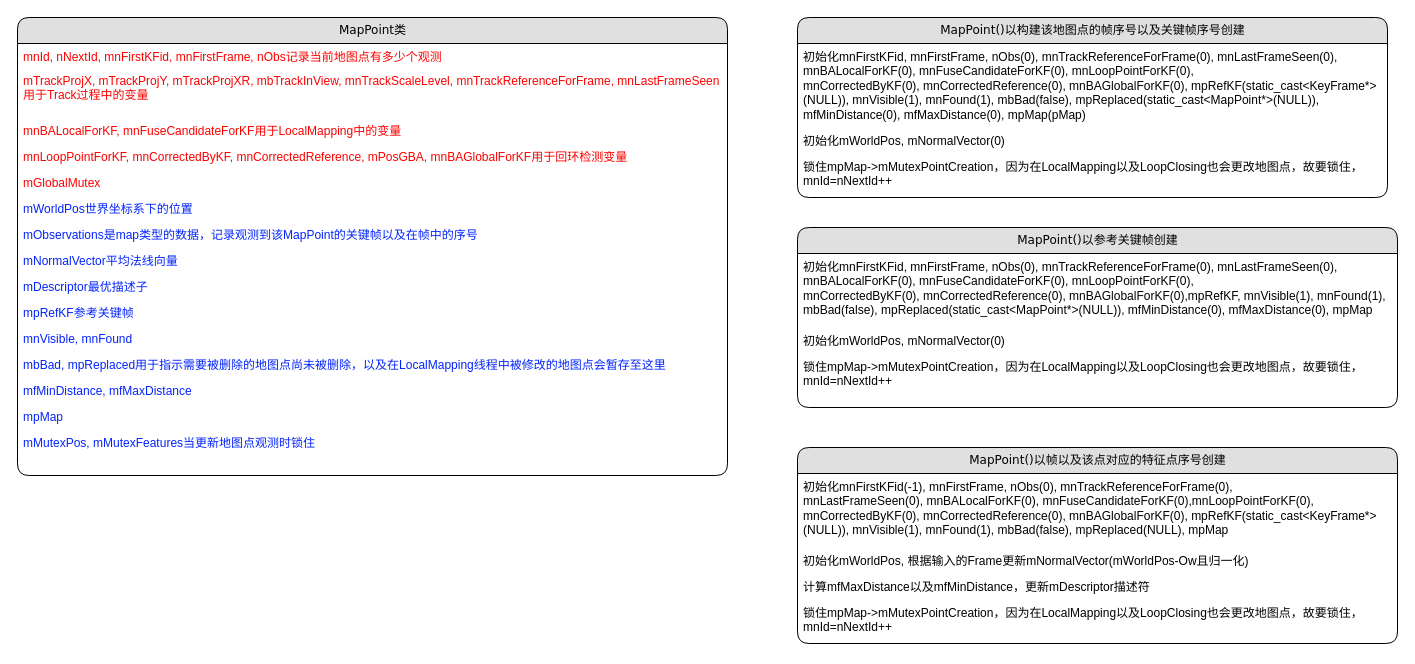
Earlier version of the draw.io diagram page "MapPoint" (13 of 13) of Untitled Diagram.drawio (gtx818/visual-SLAM). Source tidied: cells renumbered, new cells numbered last; positions are measured from the earlier drawing's top-left corner, leaving out a move shared by most shapes. Both pictures are drawn from the tidied source at 100%, with x=0, y=0 at pixel (17, 17).
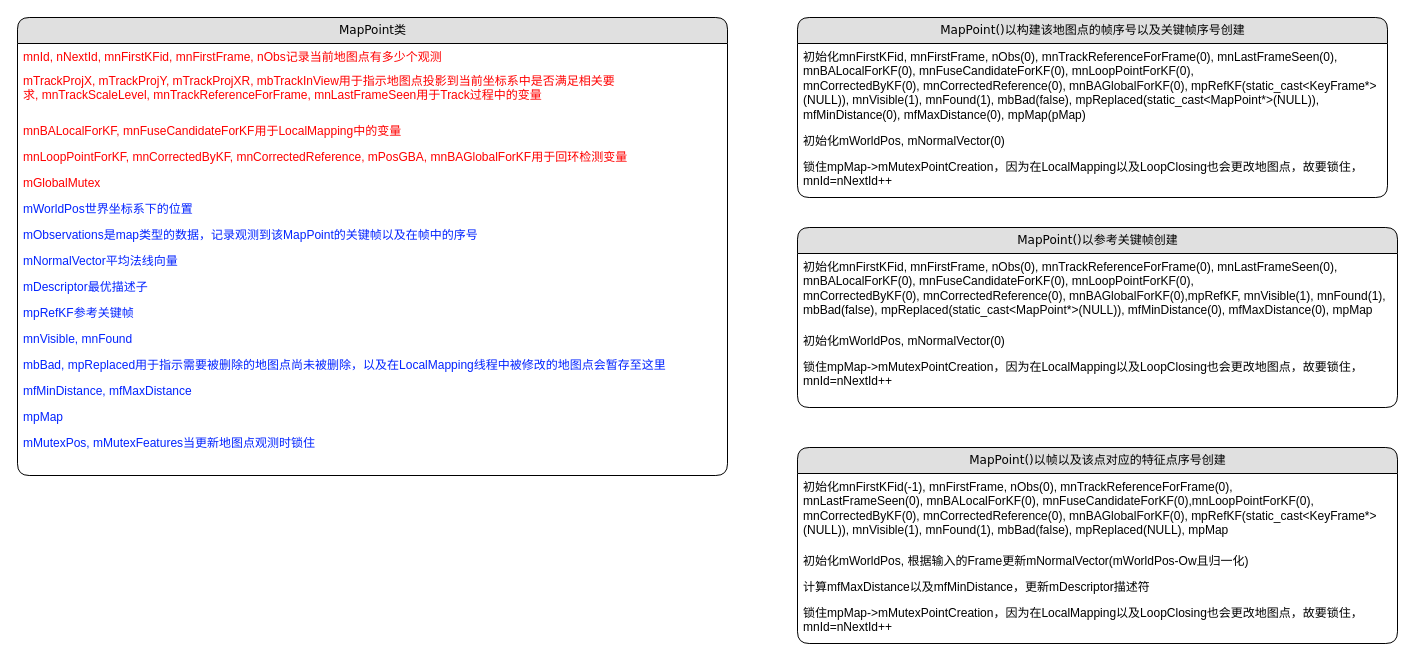
After the change.

Unchanged cells that the change refers to:
```xml
<mxCell id="2" value="MapPoint类" style="swimlane;html=1;fontStyle=0;horizontal=1;startSize=26;fillColor=#e0e0e0;swimlaneFillColor=#ffffff;align=center;rounded=1;shadow=0;comic=0;labelBackgroundColor=none;strokeWidth=1;fontFamily=Verdana;fontSize=12;" parent="1" vertex="1">
  <mxGeometry width="710" height="458" as="geometry" />
</mxCell>
```

What changed in the source:
```diff
@@
-    <mxCell id="4" value="mTrackProjX,&amp;nbsp;mTrackProjY,&amp;nbsp;mTrackProjXR,&amp;nbsp;mbTrackInView,&amp;nbsp;mnTrackScaleLevel,&amp;nbsp;mnTrackReferenceForFrame,&amp;nbsp;mnLastFrameSeen用于Track过程中的变量" style="text;html=1;strokeColor=none;fillColor=none;spacingLeft=4;spacingRight=4;whiteSpace=wrap;overflow=hidden;fontColor=#FF0000;" parent="2" vertex="1">
+    <mxCell id="4" value="mTrackProjX,&amp;nbsp;mTrackProjY,&amp;nbsp;mTrackProjXR,&amp;nbsp;mbTrackInView用于指示地图点投影到当前坐标系中是否满足相关要求,&amp;nbsp;mnTrackScaleLevel,&amp;nbsp;mnTrackReferenceForFrame,&amp;nbsp;mnLastFrameSeen用于Track过程中的变量" style="text;html=1;strokeColor=none;fillColor=none;spacingLeft=4;spacingRight=4;whiteSpace=wrap;overflow=hidden;fontColor=#FF0000;" parent="2" vertex="1">
       <mxGeometry y="50" width="710" height="50" as="geometry" />
     </mxCell>
```
